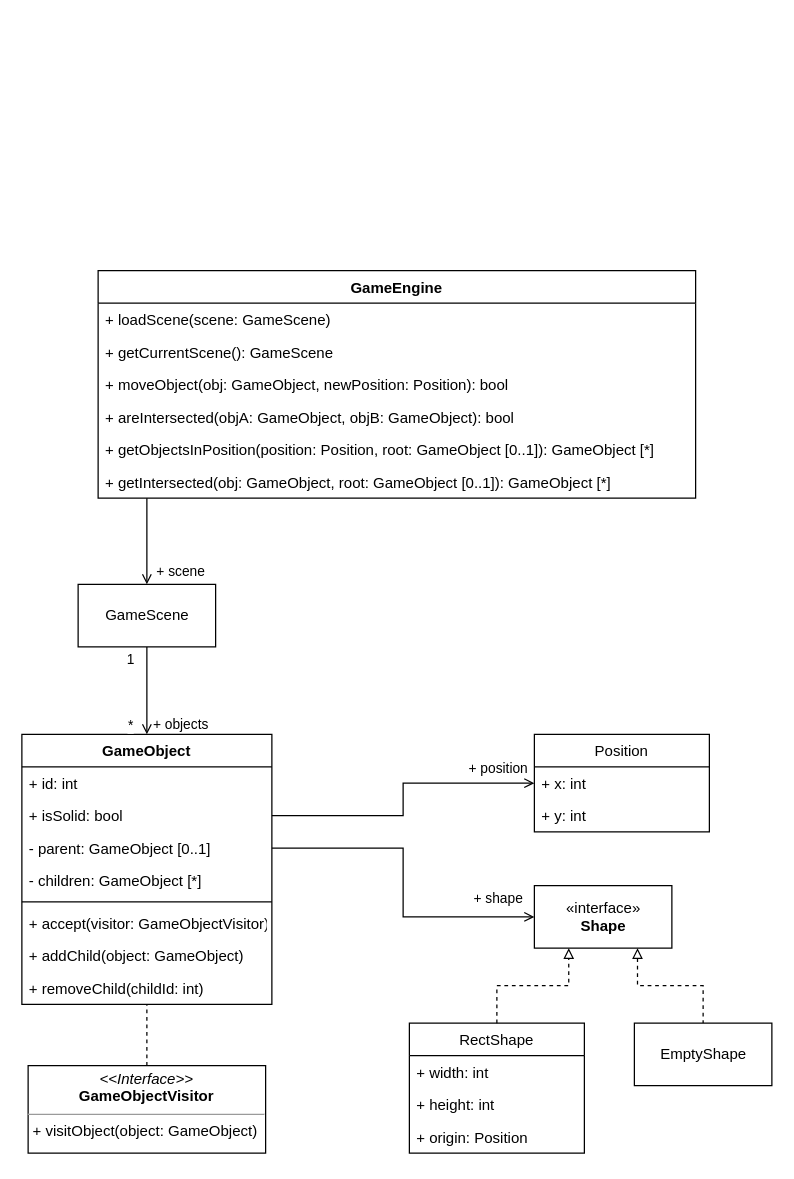
Above: page "Engine" (1 of 7) of documents/Roguelike.drawio in SBOne-Kenobi/design-course (draw.io), before the change. Source tidied: cells renumbered, new cells numbered last; positions are measured from the earlier drawing's top-left corner, leaving out a move shared by most shapes. Both pictures are drawn from the tidied source at 125%, with x=0, y=0 at pixel (21, 270).
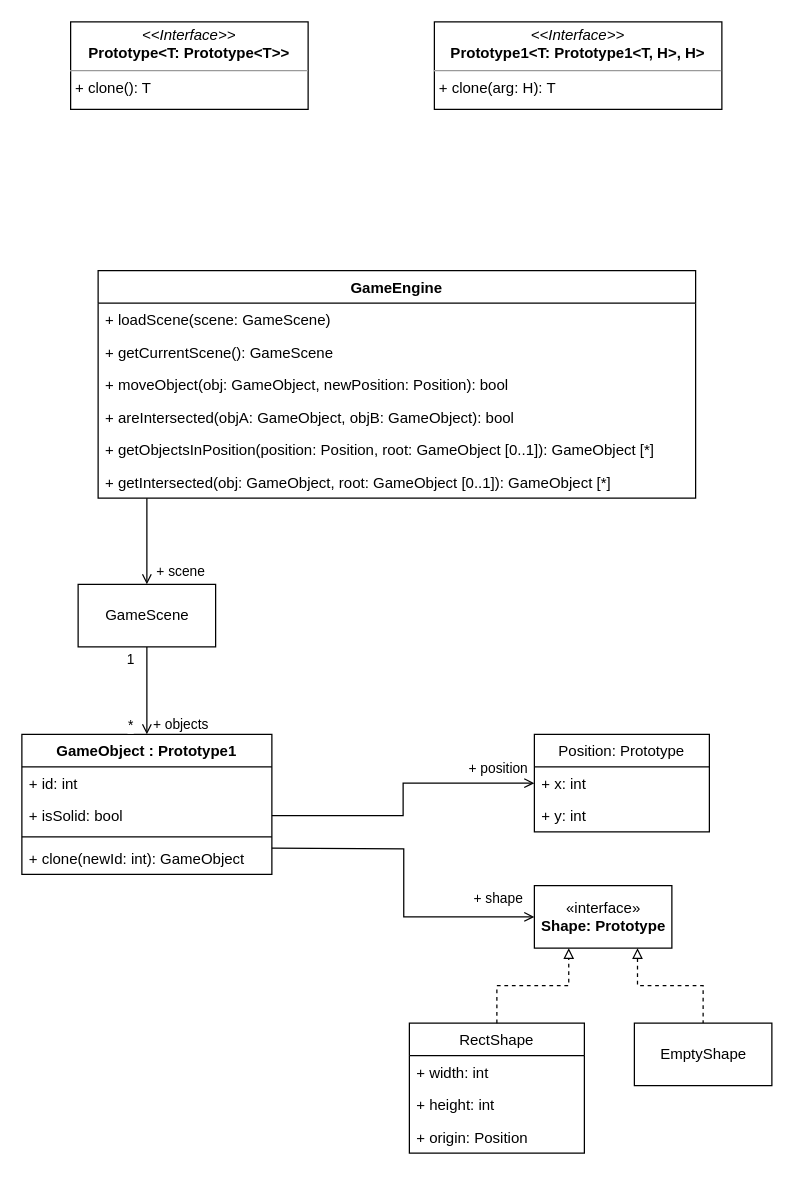
After the change.

Diff of the diagram source:
```diff
@@
-    <mxCell id="2" value="Position" style="swimlane;fontStyle=0;horizontal=1;startSize=26;fillColor=none;" parent="1" vertex="1">
+    <mxCell id="2" value="Position: Prototype" style="swimlane;fontStyle=0;horizontal=1;startSize=26;fillColor=none;" parent="1" vertex="1">
       <mxGeometry x="410" y="371" width="140" height="78" as="geometry" />
     </mxCell>
@@
-    <mxCell id="7" value="GameObject" style="swimlane;fontStyle=1;align=center;verticalAlign=top;horizontal=1;startSize=26;strokeColor=default;" parent="1" vertex="1">
-      <mxGeometry y="371" width="200" height="216" as="geometry" />
+    <mxCell id="7" value="GameObject : Prototype1" style="swimlane;fontStyle=1;align=center;verticalAlign=top;horizontal=1;startSize=26;strokeColor=default;" parent="1" vertex="1">
+      <mxGeometry y="371" width="200" height="112" as="geometry" />
     </mxCell>
@@
-    <mxCell id="10" value="- parent: GameObject [0..1]" style="text;strokeColor=none;fillColor=none;align=left;verticalAlign=top;spacingLeft=4;spacingRight=4;overflow=hidden;points=[[0,0.5],[1,0.5]];portConstraint=eastwest;" parent="7" vertex="1">
-      <mxGeometry y="78" width="200" height="26" as="geometry" />
-    </mxCell>
-    <mxCell id="11" value="- children: GameObject [*]" style="text;strokeColor=none;fillColor=none;align=left;verticalAlign=top;spacingLeft=4;spacingRight=4;overflow=hidden;" parent="7" vertex="1">
-      <mxGeometry y="104" width="200" height="26" as="geometry" />
-    </mxCell>
     <mxCell id="12" style="line;strokeWidth=1;fillColor=none;align=left;verticalAlign=middle;spacingTop=-1;spacingLeft=3;spacingRight=3;labelPosition=right;strokeColor=inherit;" parent="7" vertex="1">
-      <mxGeometry y="130" width="200" height="8" as="geometry" />
+      <mxGeometry y="78" width="200" height="8" as="geometry" />
     </mxCell>
-    <mxCell id="13" value="+ accept(visitor: GameObjectVisitor)" style="text;strokeColor=none;fillColor=none;align=left;verticalAlign=top;spacingLeft=4;spacingRight=4;overflow=hidden;" parent="7" vertex="1">
-      <mxGeometry y="138" width="200" height="26" as="geometry" />
-    </mxCell>
-    <mxCell id="14" value="+ addChild(object: GameObject)" style="text;strokeColor=none;fillColor=none;align=left;verticalAlign=top;spacingLeft=4;spacingRight=4;overflow=hidden;" parent="7" vertex="1">
-      <mxGeometry y="164" width="200" height="26" as="geometry" />
-    </mxCell>
-    <mxCell id="15" value="+ removeChild(childId: int)" style="text;strokeColor=none;fillColor=none;align=left;verticalAlign=top;spacingLeft=4;spacingRight=4;overflow=hidden;" parent="7" vertex="1">
-      <mxGeometry y="190" width="200" height="26" as="geometry" />
+    <mxCell id="15" value="+ clone(newId: int): GameObject" style="text;strokeColor=none;fillColor=none;align=left;verticalAlign=top;spacingLeft=4;spacingRight=4;overflow=hidden;" parent="7" vertex="1">
+      <mxGeometry y="86" width="200" height="26" as="geometry" />
     </mxCell>
-    <mxCell id="16" style="edgeStyle=orthogonalEdgeStyle;rounded=0;jettySize=auto;html=1;endArrow=none;endFill=0;startArrow=none;startFill=0;dashed=1;" parent="1" edge="1" source="17" target="7">
-      <mxGeometry relative="1" as="geometry" />
-    </mxCell>
-    <mxCell id="17" value="&lt;p style=&quot;margin:0px;margin-top:4px;text-align:center;&quot;&gt;&lt;i&gt;&amp;lt;&amp;lt;Interface&amp;gt;&amp;gt;&lt;/i&gt;&lt;br&gt;&lt;b&gt;GameObjectVisitor&lt;/b&gt;&lt;/p&gt;&lt;hr size=&quot;1&quot;&gt;&lt;p style=&quot;margin:0px;margin-left:4px;&quot;&gt;+ visitObject(object: GameObject)&lt;/p&gt;" style="verticalAlign=top;align=left;overflow=fill;fontSize=12;fontFamily=Helvetica;html=1;strokeColor=default;" parent="1" vertex="1">
-      <mxGeometry x="5" y="636" width="190" height="70" as="geometry" />
-    </mxCell>
@@
-    <mxCell id="19" value="«interface»&lt;br&gt;&lt;b&gt;Shape&lt;/b&gt;" style="html=1;strokeColor=default;" parent="1" vertex="1">
+    <mxCell id="19" value="«interface»&lt;br&gt;&lt;b&gt;Shape: Prototype&lt;/b&gt;" style="html=1;strokeColor=default;" parent="1" vertex="1">
       <mxGeometry x="410" y="492" width="110" height="50" as="geometry" />
     </mxCell>
-    <mxCell id="20" style="edgeStyle=orthogonalEdgeStyle;rounded=0;jettySize=auto;html=1;entryX=0;entryY=0.5;entryDx=0;entryDy=0;startArrow=none;startFill=0;endArrow=open;endFill=0;" parent="1" edge="1" source="10" target="19">
-      <mxGeometry relative="1" as="geometry" />
+    <mxCell id="20" style="edgeStyle=orthogonalEdgeStyle;rounded=0;jettySize=auto;html=1;entryX=0;entryY=0.5;entryDx=0;entryDy=0;startArrow=none;startFill=0;endArrow=open;endFill=0;" parent="1" edge="1" target="19">
+      <mxGeometry relative="1" as="geometry">
+        <mxPoint x="200" y="462" as="sourcePoint" />
+      </mxGeometry>
     </mxCell>
@@
+    <mxCell id="42" value="&lt;p style=&quot;margin:0px;margin-top:4px;text-align:center;&quot;&gt;&lt;i&gt;&amp;lt;&amp;lt;Interface&amp;gt;&amp;gt;&lt;/i&gt;&lt;br&gt;&lt;b&gt;Prototype&amp;lt;T: Prototype&amp;lt;T&amp;gt;&amp;gt;&lt;/b&gt;&lt;/p&gt;&lt;hr size=&quot;1&quot;&gt;&lt;p style=&quot;margin:0px;margin-left:4px;&quot;&gt;+ clone(): T&lt;/p&gt;" style="verticalAlign=top;align=left;overflow=fill;fontSize=12;fontFamily=Helvetica;html=1;" parent="1" vertex="1">
+      <mxGeometry x="39" y="-199" width="190" height="70" as="geometry" />
+    </mxCell>
+    <mxCell id="43" value="&lt;p style=&quot;margin:0px;margin-top:4px;text-align:center;&quot;&gt;&lt;i&gt;&amp;lt;&amp;lt;Interface&amp;gt;&amp;gt;&lt;/i&gt;&lt;br&gt;&lt;b&gt;Prototype1&amp;lt;T: Prototype1&amp;lt;T, H&amp;gt;, H&amp;gt;&lt;/b&gt;&lt;/p&gt;&lt;hr size=&quot;1&quot;&gt;&lt;p style=&quot;margin:0px;margin-left:4px;&quot;&gt;+ clone(arg: H): T&lt;/p&gt;" style="verticalAlign=top;align=left;overflow=fill;fontSize=12;fontFamily=Helvetica;html=1;" parent="1" vertex="1">
+      <mxGeometry x="330" y="-199" width="230" height="70" as="geometry" />
+    </mxCell>
```
